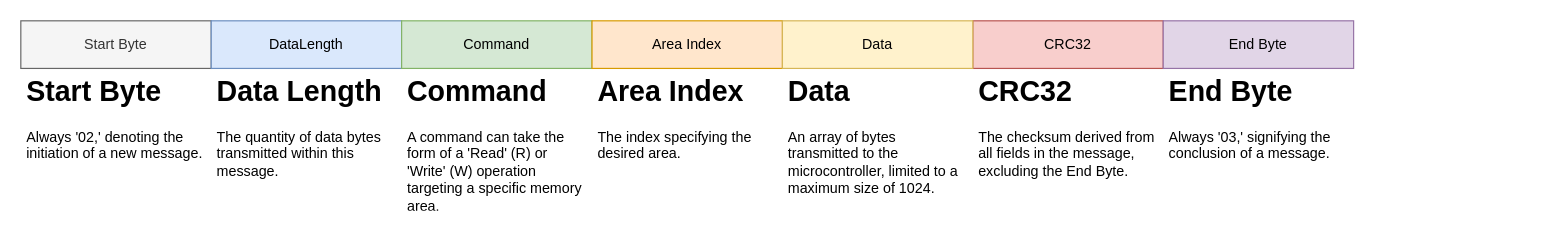
The draw.io diagram lib/TitaniumOS/Protocols/Titanium/doc/Protocol.drawio in LucasDFranchi/Titaniumv2, before the edit. Source tidied: cells renumbered, new cells numbered last; positions are measured from the earlier drawing's top-left corner, leaving out a move shared by most shapes. Both pictures are drawn from the tidied source at 119%, with x=0, y=0 at pixel (20, 20).
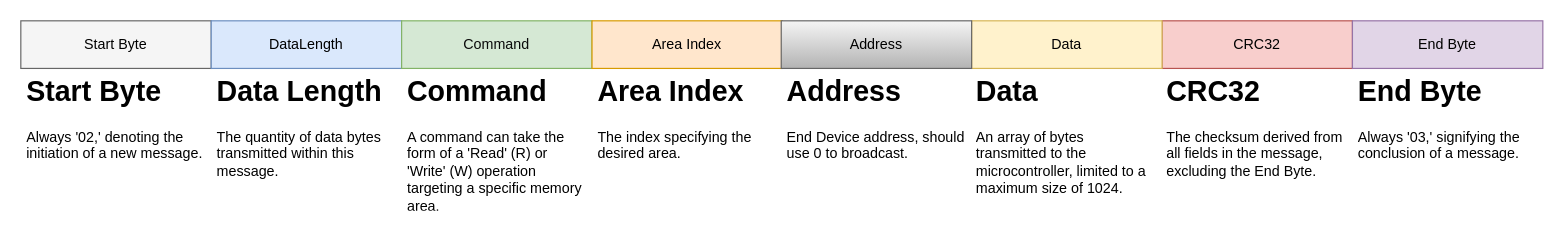
The same diagram, later.

Commit message (it also covers changes not shown here):
protocol: Add address field

Diff of the diagram source:
```diff
@@
 <mxGraphModel>
   <root>
     <mxCell id="0" />
     <mxCell id="1" parent="0" />
-    <mxCell id="2" value="Start Byte" style="rounded=0;whiteSpace=wrap;html=1;fillColor=#f5f5f5;strokeColor=#666666;fontColor=#333333;" parent="1" vertex="1">
+    <mxCell id="2" value="Start Byte" style="rounded=0;whiteSpace=wrap;html=1;fillColor=#f5f5f5;strokeColor=#666666;fontColor=#000000;" parent="1" vertex="1">
       <mxGeometry width="160" height="40" as="geometry" />
     </mxCell>
-    <mxCell id="3" value="DataLength" style="rounded=0;whiteSpace=wrap;html=1;fillColor=#dae8fc;strokeColor=#6c8ebf;" parent="1" vertex="1">
+    <mxCell id="3" value="DataLength" style="rounded=0;whiteSpace=wrap;html=1;fillColor=#dae8fc;strokeColor=#6c8ebf;fontColor=#000000;" parent="1" vertex="1">
       <mxGeometry x="160" width="160" height="40" as="geometry" />
     </mxCell>
-    <mxCell id="4" value="Command" style="rounded=0;whiteSpace=wrap;html=1;fillColor=#d5e8d4;strokeColor=#82b366;" parent="1" vertex="1">
+    <mxCell id="4" value="Command" style="rounded=0;whiteSpace=wrap;html=1;fillColor=#d5e8d4;strokeColor=#82b366;fontColor=#0a0a0a;" parent="1" vertex="1">
       <mxGeometry x="320" width="160" height="40" as="geometry" />
     </mxCell>
-    <mxCell id="5" value="Area Index" style="rounded=0;whiteSpace=wrap;html=1;fillColor=#ffe6cc;strokeColor=#d79b00;" parent="1" vertex="1">
+    <mxCell id="5" value="Area Index" style="rounded=0;whiteSpace=wrap;html=1;fillColor=#ffe6cc;strokeColor=#d79b00;fontColor=#000000;" parent="1" vertex="1">
       <mxGeometry x="480" width="160" height="40" as="geometry" />
     </mxCell>
-    <mxCell id="6" value="CRC32" style="rounded=0;whiteSpace=wrap;html=1;fillColor=#f8cecc;strokeColor=#b85450;" parent="1" vertex="1">
-      <mxGeometry x="800" width="160" height="40" as="geometry" />
+    <mxCell id="6" value="CRC32" style="rounded=0;whiteSpace=wrap;html=1;fillColor=#f8cecc;strokeColor=#b85450;fontColor=#000000;" parent="1" vertex="1">
+      <mxGeometry x="959" width="160" height="40" as="geometry" />
     </mxCell>
     <mxCell id="7" value="&lt;h1&gt;Start Byte&lt;br&gt;&lt;/h1&gt;&lt;p&gt;Always '02,' denoting the initiation of a new message.&lt;/p&gt;" style="text;html=1;strokeColor=none;fillColor=none;spacing=5;spacingTop=-20;whiteSpace=wrap;overflow=hidden;rounded=0;" parent="1" vertex="1">
       <mxGeometry y="40" width="160" height="120" as="geometry" />
     </mxCell>
-    <mxCell id="8" value="End Byte" style="rounded=0;whiteSpace=wrap;html=1;fillColor=#e1d5e7;strokeColor=#9673a6;" parent="1" vertex="1">
-      <mxGeometry x="960" width="160" height="40" as="geometry" />
+    <mxCell id="8" value="End Byte" style="rounded=0;whiteSpace=wrap;html=1;fillColor=#e1d5e7;strokeColor=#9673a6;fontColor=#000000;" parent="1" vertex="1">
+      <mxGeometry x="1119" width="160" height="40" as="geometry" />
     </mxCell>
     <mxCell id="9" value="&lt;h1&gt;Data Length&lt;br&gt;&lt;/h1&gt;&lt;p&gt;The quantity of data bytes transmitted within this message.&lt;/p&gt;" style="text;html=1;strokeColor=none;fillColor=none;spacing=5;spacingTop=-20;whiteSpace=wrap;overflow=hidden;rounded=0;" parent="1" vertex="1">
       <mxGeometry x="160" y="40" width="160" height="120" as="geometry" />
     </mxCell>
     <mxCell id="10" value="&lt;h1&gt;Command&lt;/h1&gt;&lt;div&gt;A command can take the form of a 'Read' (R) or 'Write' (W) operation targeting a specific memory area.&lt;/div&gt;" style="text;html=1;strokeColor=none;fillColor=none;spacing=5;spacingTop=-20;whiteSpace=wrap;overflow=hidden;rounded=0;" parent="1" vertex="1">
       <mxGeometry x="320" y="40" width="160" height="120" as="geometry" />
     </mxCell>
     <mxCell id="11" value="&lt;h1&gt;Area Index&lt;br&gt;&lt;/h1&gt;&lt;div&gt;The index specifying the desired area.&lt;br&gt;&lt;/div&gt;" style="text;html=1;strokeColor=none;fillColor=none;spacing=5;spacingTop=-20;whiteSpace=wrap;overflow=hidden;rounded=0;" parent="1" vertex="1">
       <mxGeometry x="480" y="40" width="160" height="120" as="geometry" />
     </mxCell>
-    <mxCell id="12" value="Data" style="rounded=0;whiteSpace=wrap;html=1;glass=0;shadow=0;fillColor=#fff2cc;strokeColor=#d6b656;" parent="1" vertex="1">
-      <mxGeometry x="640" width="160" height="40" as="geometry" />
+    <mxCell id="12" value="Data" style="rounded=0;whiteSpace=wrap;html=1;glass=0;shadow=0;fillColor=#fff2cc;strokeColor=#d6b656;fontColor=#000000;" parent="1" vertex="1">
+      <mxGeometry x="799" width="160" height="40" as="geometry" />
     </mxCell>
     <mxCell id="13" value="&lt;h1&gt;Data&lt;br&gt;&lt;/h1&gt;&lt;div&gt;An array of bytes transmitted to the microcontroller, limited to a maximum size of 1024.&lt;/div&gt;" style="text;html=1;strokeColor=none;fillColor=none;spacing=5;spacingTop=-20;whiteSpace=wrap;overflow=hidden;rounded=0;" parent="1" vertex="1">
-      <mxGeometry x="640" y="40" width="160" height="120" as="geometry" />
+      <mxGeometry x="798" y="40" width="160" height="120" as="geometry" />
     </mxCell>
     <mxCell id="14" value="&lt;h1&gt;CRC32&lt;br&gt;&lt;/h1&gt;The checksum derived from all fields in the message, excluding the End Byte." style="text;html=1;strokeColor=none;fillColor=none;spacing=5;spacingTop=-20;whiteSpace=wrap;overflow=hidden;rounded=0;" parent="1" vertex="1">
-      <mxGeometry x="800" y="40" width="160" height="120" as="geometry" />
+      <mxGeometry x="958" y="40" width="160" height="120" as="geometry" />
     </mxCell>
     <mxCell id="15" value="&lt;h1&gt;End Byte&lt;br&gt;&lt;/h1&gt;&lt;div&gt;Always '03,' signifying the conclusion of a message.&lt;/div&gt;" style="text;html=1;strokeColor=none;fillColor=none;spacing=5;spacingTop=-20;whiteSpace=wrap;overflow=hidden;rounded=0;" parent="1" vertex="1">
-      <mxGeometry x="960" y="40" width="160" height="120" as="geometry" />
+      <mxGeometry x="1119" y="40" width="160" height="120" as="geometry" />
     </mxCell>
+    <mxCell id="16" value="Address" style="rounded=0;whiteSpace=wrap;html=1;fillColor=#f5f5f5;gradientColor=#b3b3b3;strokeColor=#666666;fontColor=#000000;" parent="1" vertex="1">
+      <mxGeometry x="639" width="160" height="40" as="geometry" />
+    </mxCell>
+    <mxCell id="17" value="&lt;h1&gt;Address&lt;br&gt;&lt;/h1&gt;&lt;div&gt;End Device address, should use 0 to broadcast.&lt;br&gt;&lt;/div&gt;" style="text;html=1;strokeColor=none;fillColor=none;spacing=5;spacingTop=-20;whiteSpace=wrap;overflow=hidden;rounded=0;" parent="1" vertex="1">
+      <mxGeometry x="639" y="40" width="160" height="120" as="geometry" />
+    </mxCell>
   </root>
 </mxGraphModel>
```
